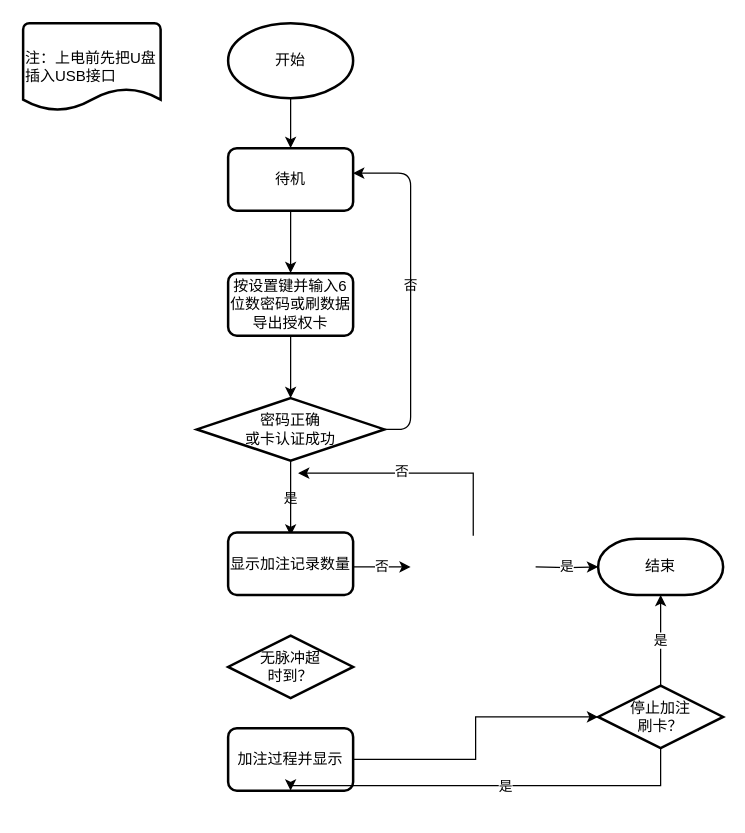
This is page "导出数据" (3 of 3) of electroic_meter.drawio from kupier/12306-electron, a draw.io file, before an edit. Source tidied: cells renumbered, new cells numbered last; positions are measured from the earlier drawing's top-left corner, leaving out a move shared by most shapes. Both pictures are drawn from the tidied source at 125%, with x=0, y=0 at pixel (22, 22).
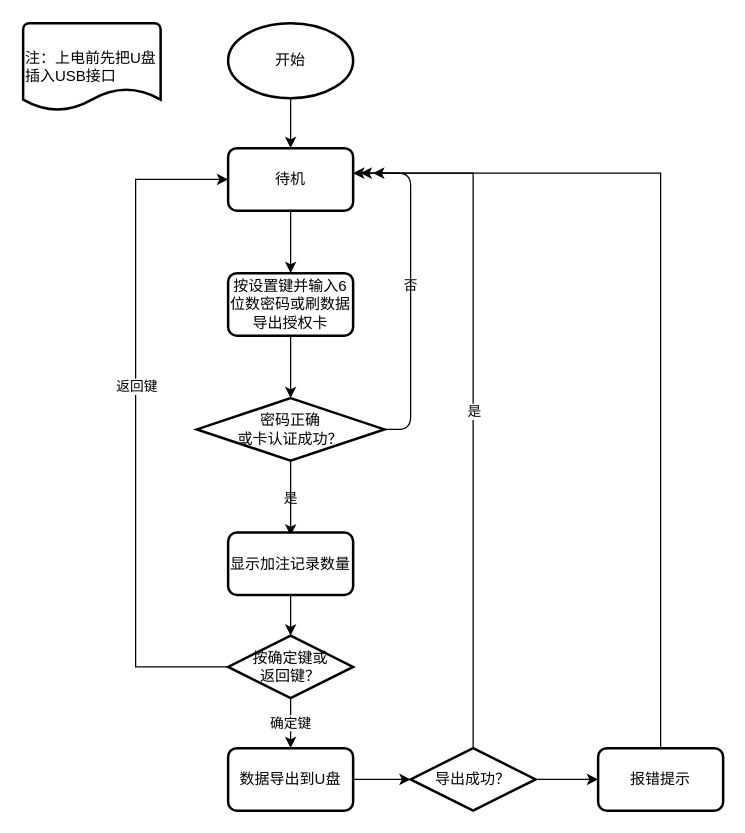
After the change.

Unchanged cells that the change refers to:
```xml
<mxCell id="22" value="待机" style="rounded=1;whiteSpace=wrap;html=1;absoluteArcSize=1;arcSize=14;strokeWidth=2;labelBackgroundColor=none;" parent="1" vertex="1">
  <mxGeometry x="164" y="100" width="100" height="50" as="geometry" />
</mxCell>
<mxCell id="23" value="显示加注记录数量" style="rounded=1;whiteSpace=wrap;html=1;absoluteArcSize=1;arcSize=14;strokeWidth=2;labelBackgroundColor=none;" parent="1" vertex="1">
  <mxGeometry x="164" y="407.5" width="100" height="50" as="geometry" />
</mxCell>
```

Diff of the diagram source:
```diff
@@
-    <mxCell id="5" value="结束" style="strokeWidth=2;html=1;shape=mxgraph.flowchart.terminator;whiteSpace=wrap;rounded=1;labelBackgroundColor=none;" parent="1" vertex="1">
-      <mxGeometry x="460" y="412.5" width="100" height="45" as="geometry" />
-    </mxCell>
@@
-    <mxCell id="8" value="密码正确&lt;br&gt;或卡认证成功" style="strokeWidth=2;html=1;shape=mxgraph.flowchart.decision;whiteSpace=wrap;rounded=1;labelBackgroundColor=none;" parent="1" vertex="1">
+    <mxCell id="8" value="密码正确&lt;br&gt;或卡认证成功？" style="strokeWidth=2;html=1;shape=mxgraph.flowchart.decision;whiteSpace=wrap;rounded=1;labelBackgroundColor=none;" parent="1" vertex="1">
       <mxGeometry x="139" y="300" width="150" height="50" as="geometry" />
     </mxCell>
@@
-    <mxCell id="11" style="edgeStyle=orthogonalEdgeStyle;rounded=0;jettySize=auto;html=1;entryX=0;entryY=0.5;entryDx=0;entryDy=0;entryPerimeter=0;" parent="1" edge="1" source="12" target="17">
-      <mxGeometry relative="1" as="geometry" />
-    </mxCell>
+    <mxCell id="25" style="edgeStyle=orthogonalEdgeStyle;rounded=0;jettySize=auto;html=1;entryX=0;entryY=0.5;entryDx=0;entryDy=0;entryPerimeter=0;" parent="1" edge="1" source="12" target="32">
+      <mxGeometry relative="1" as="geometry" />
+    </mxCell>
-    <mxCell id="12" value="加注过程并显示" style="rounded=1;whiteSpace=wrap;html=1;absoluteArcSize=1;arcSize=14;strokeWidth=2;labelBackgroundColor=none;" parent="1" vertex="1">
-      <mxGeometry x="164" y="564" width="100" height="50" as="geometry" />
+    <mxCell id="12" value="数据导出到U盘" style="rounded=1;whiteSpace=wrap;html=1;absoluteArcSize=1;arcSize=14;strokeWidth=2;labelBackgroundColor=none;" parent="1" vertex="1">
+      <mxGeometry x="164" y="580" width="100" height="50" as="geometry" />
     </mxCell>
-    <mxCell id="13" value="否" style="edgeStyle=orthogonalEdgeStyle;rounded=0;orthogonalLoop=1;jettySize=auto;html=1;exitX=1;exitY=0.5;exitDx=0;exitDy=0;exitPerimeter=0;entryX=0;entryY=0.5;entryDx=0;entryDy=0;entryPerimeter=0;" parent="1" edge="1">
-      <mxGeometry relative="1" as="geometry">
-        <mxPoint x="264" y="435" as="sourcePoint" />
-        <mxPoint x="310" y="435" as="targetPoint" />
-      </mxGeometry>
-    </mxCell>
-    <mxCell id="14" value="是" style="edgeStyle=orthogonalEdgeStyle;rounded=0;jettySize=auto;html=1;exitX=0.5;exitY=0;exitDx=0;exitDy=0;exitPerimeter=0;entryX=0.5;entryY=1;entryDx=0;entryDy=0;entryPerimeter=0;" parent="1" edge="1" source="17" target="5">
-      <mxGeometry relative="1" as="geometry" />
-    </mxCell>
-    <mxCell id="15" style="edgeStyle=orthogonalEdgeStyle;rounded=0;jettySize=auto;html=1;exitX=0.5;exitY=1;exitDx=0;exitDy=0;exitPerimeter=0;entryX=0.5;entryY=1;entryDx=0;entryDy=0;" parent="1" edge="1" source="17" target="12">
-      <mxGeometry relative="1" as="geometry">
-        <Array as="points">
-          <mxPoint x="510" y="610" />
-          <mxPoint x="214" y="610" />
-        </Array>
-      </mxGeometry>
-    </mxCell>
-    <mxCell id="16" value="是" style="edgeLabel;html=1;align=center;verticalAlign=middle;" parent="15" vertex="1">
-      <mxGeometry x="-0.06" relative="1" as="geometry" />
-    </mxCell>
-    <mxCell id="17" value="停止加注&lt;br&gt;刷卡？" style="strokeWidth=2;html=1;shape=mxgraph.flowchart.decision;whiteSpace=wrap;rounded=1;labelBackgroundColor=none;" parent="1" vertex="1">
-      <mxGeometry x="460" y="530" width="100" height="50" as="geometry" />
-    </mxCell>
-    <mxCell id="18" value="是" style="edgeStyle=orthogonalEdgeStyle;rounded=0;jettySize=auto;html=1;exitX=1;exitY=0.5;exitDx=0;exitDy=0;exitPerimeter=0;entryX=0;entryY=0.5;entryDx=0;entryDy=0;entryPerimeter=0;" parent="1" edge="1" target="5">
-      <mxGeometry relative="1" as="geometry">
-        <mxPoint x="410" y="435" as="sourcePoint" />
-      </mxGeometry>
-    </mxCell>
-    <mxCell id="19" style="edgeStyle=orthogonalEdgeStyle;rounded=0;orthogonalLoop=1;jettySize=auto;html=1;" parent="1" edge="1">
-      <mxGeometry relative="1" as="geometry">
-        <mxPoint x="360.1" y="410" as="sourcePoint" />
-        <mxPoint x="220" y="360" as="targetPoint" />
-        <Array as="points">
-          <mxPoint x="360" y="360" />
-        </Array>
-      </mxGeometry>
-    </mxCell>
-    <mxCell id="20" value="否" style="edgeLabel;html=1;align=center;verticalAlign=middle;" parent="19" vertex="1">
-      <mxGeometry x="0.14" y="-2" relative="1" as="geometry" />
-    </mxCell>
@@
+    <mxCell id="26" style="edgeStyle=orthogonalEdgeStyle;rounded=0;jettySize=auto;html=1;entryX=0.5;entryY=0;entryDx=0;entryDy=0;entryPerimeter=0;" parent="1" edge="1" source="23" target="24">
+      <mxGeometry relative="1" as="geometry" />
+    </mxCell>
@@
+    <mxCell id="27" style="edgeStyle=orthogonalEdgeStyle;rounded=0;jettySize=auto;html=1;exitX=0;exitY=0.5;exitDx=0;exitDy=0;exitPerimeter=0;entryX=0;entryY=0.5;entryDx=0;entryDy=0;" parent="1" edge="1" source="24" target="22">
+      <mxGeometry relative="1" as="geometry">
+        <Array as="points">
+          <mxPoint x="90" y="515" />
+          <mxPoint x="90" y="125" />
+        </Array>
+      </mxGeometry>
+    </mxCell>
+    <mxCell id="28" value="返回键" style="edgeLabel;html=1;align=center;verticalAlign=middle;" parent="27" vertex="1">
+      <mxGeometry x="-0.57" y="-3" relative="1" as="geometry">
+        <mxPoint x="-3" y="-183" as="offset" />
+      </mxGeometry>
+    </mxCell>
+    <mxCell id="29" value="确定键" style="edgeStyle=orthogonalEdgeStyle;rounded=0;jettySize=auto;html=1;entryX=0.5;entryY=0;entryDx=0;entryDy=0;" parent="1" edge="1" source="24" target="12">
+      <mxGeometry relative="1" as="geometry" />
+    </mxCell>
-    <mxCell id="24" value="无脉冲超&lt;br&gt;时到？" style="strokeWidth=2;html=1;shape=mxgraph.flowchart.decision;whiteSpace=wrap;rounded=1;labelBackgroundColor=none;" parent="1" vertex="1">
+    <mxCell id="24" value="按确定键或&lt;br&gt;返回键？" style="strokeWidth=2;html=1;shape=mxgraph.flowchart.decision;whiteSpace=wrap;rounded=1;labelBackgroundColor=none;" parent="1" vertex="1">
       <mxGeometry x="164" y="490" width="100" height="50" as="geometry" />
     </mxCell>
+    <mxCell id="30" style="edgeStyle=orthogonalEdgeStyle;rounded=0;jettySize=auto;html=1;" parent="1" edge="1" source="32">
+      <mxGeometry relative="1" as="geometry">
+        <mxPoint x="270" y="120" as="targetPoint" />
+        <Array as="points">
+          <mxPoint x="360" y="120" />
+        </Array>
+      </mxGeometry>
+    </mxCell>
+    <mxCell id="16" value="是" style="edgeLabel;html=1;align=center;verticalAlign=middle;" parent="30" vertex="1">
+      <mxGeometry x="-0.02" relative="1" as="geometry" />
+    </mxCell>
+    <mxCell id="31" style="edgeStyle=orthogonalEdgeStyle;rounded=0;jettySize=auto;html=1;entryX=0;entryY=0.5;entryDx=0;entryDy=0;" parent="1" edge="1" source="32" target="34">
+      <mxGeometry relative="1" as="geometry" />
+    </mxCell>
+    <mxCell id="32" value="导出成功？" style="strokeWidth=2;html=1;shape=mxgraph.flowchart.decision;whiteSpace=wrap;rounded=1;labelBackgroundColor=none;" parent="1" vertex="1">
+      <mxGeometry x="310" y="580" width="100" height="50" as="geometry" />
+    </mxCell>
+    <mxCell id="33" style="edgeStyle=orthogonalEdgeStyle;rounded=0;jettySize=auto;html=1;" parent="1" edge="1" source="34">
+      <mxGeometry relative="1" as="geometry">
+        <mxPoint x="280" y="120" as="targetPoint" />
+        <Array as="points">
+          <mxPoint x="510" y="120" />
+        </Array>
+      </mxGeometry>
+    </mxCell>
+    <mxCell id="34" value="报错提示" style="rounded=1;whiteSpace=wrap;html=1;absoluteArcSize=1;arcSize=14;strokeWidth=2;labelBackgroundColor=none;" parent="1" vertex="1">
+      <mxGeometry x="460" y="580" width="100" height="50" as="geometry" />
+    </mxCell>
```
